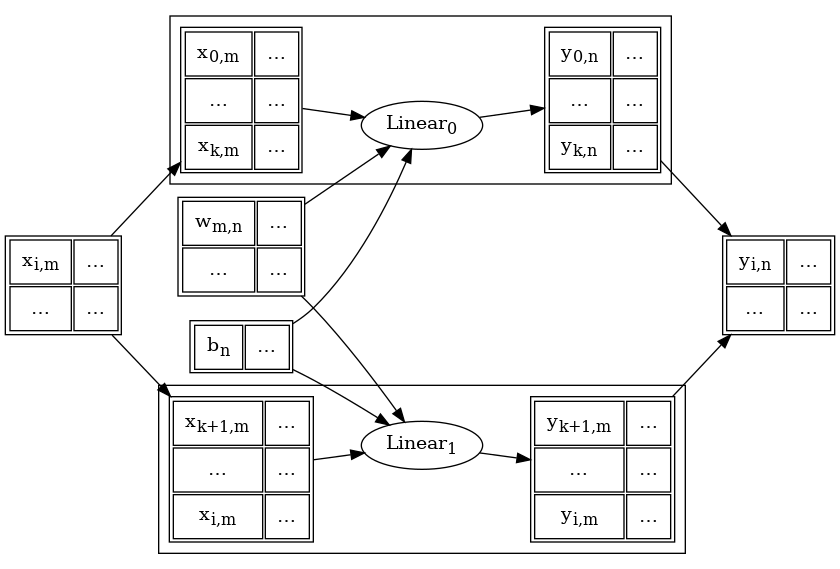
This is media/graphs/linear.f2.dot.png from crutcher/tapestry-legacy, a Graphviz export, as it was before one commit. Its source is kept beside it as media/graphs/linear.f1.dot.gv.
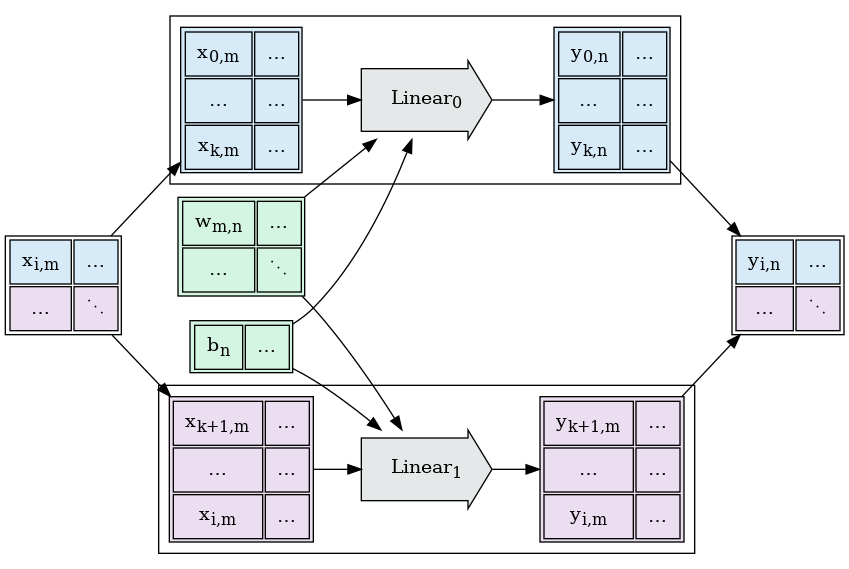
Later version of the same file.

Diff of the diagram source:
```diff
@@ -4,14 +4,14 @@
     x [
         shape="plain",
         label=<
-        <table cellpadding="8">
+        <table bgcolor="#D6EAF8" cellpadding="8">
             <tr>
                 <td>x<sub>i,m</sub></td>
                 <td>…</td>
                 </tr>
             <tr>
                 <td>…</td>
-                <td>…</td>
+                <td>⋱</td>
                 </tr>
             </table>
         >,
@@ -21,25 +21,32 @@
     w [
         shape="plain",
         label=<
-        <table cellpadding="8">
+        <table bgcolor="#D6EAF8" cellpadding="8">
             <tr>
                 <td>w<sub>m,n</sub></td>
                 <td>…</td>
                 </tr>
             <tr>
                 <td>…</td>
-                <td>…</td>
+                <td>⋱</td>
                 </tr>
             </table>
         >,
     ];
 
-    op [label="Linear"];
+    op [label="Linear", shape="rarrow", margin=0.3];
+    op [
+        label=Linear,
+        shape=rarrow,
+        style=filled,
+        fillcolor="#E5E8E8",
+        margin=0.3
+    ];
 
     b [
         shape="plain",
         label=<
-        <table cellpadding="8">
+        <table bgcolor="#D6EAF8" cellpadding="8">
             <tr>
                 <td>b<sub>n</sub></td>
                 <td>…</td>
@@ -51,14 +58,14 @@
     y [
         shape="plain",
         label=<
-        <table cellpadding="8">
+        <table bgcolor="#D6EAF8" cellpadding="8">
             <tr>
                 <td>y<sub>i,n</sub></td>
                 <td>…</td>
                 </tr>
             <tr>
                 <td>…</td>
-                <td>…</td>
+                <td>⋱</td>
                 </tr>
             </table>
         >,
@@ -69,7 +76,5 @@
     op -> y;
 
     w -> op;
-    op -> b [dir=back];
-
-    { rank=same; w; b; op; }
+    b -> op;
 }
```
